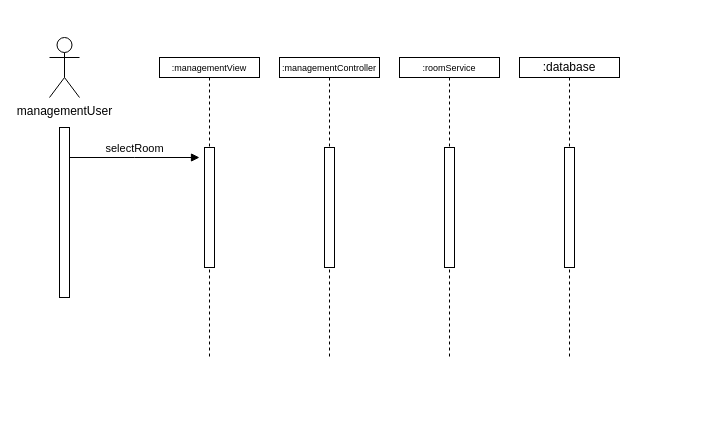
Earlier version of the draw.io diagram Edit Room SSD.drawio (phyllomenous/PM3_DomainModel). Source tidied: cells renumbered, new cells numbered last; positions are measured from the earlier drawing's top-left corner, leaving out a move shared by most shapes. Both pictures are drawn from the tidied source at 100%, with x=0, y=0 at pixel (49, 37).
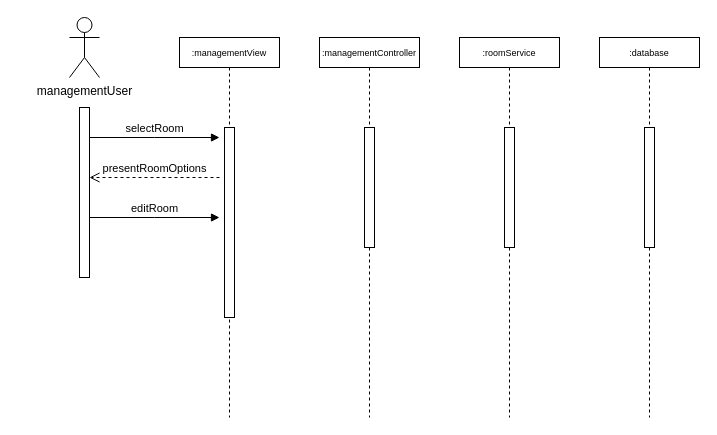
After the change.

What changed in the source:
```diff
@@
 <mxGraphModel>
   <root>
     <mxCell id="0" />
     <mxCell id="1" parent="0" />
-    <mxCell id="2" value="&lt;font style=&quot;font-size: 9px;&quot;&gt;:managementController&lt;/font&gt;" style="shape=umlLifeline;perimeter=lifelinePerimeter;whiteSpace=wrap;html=1;newEdgeStyle={&quot;edgeStyle&quot;:&quot;elbowEdgeStyle&quot;,&quot;elbow&quot;:&quot;vertical&quot;,&quot;curved&quot;:0,&quot;rounded&quot;:0};size=20;" parent="1" vertex="1">
-      <mxGeometry x="230" y="20" width="100" height="300" as="geometry" />
+    <mxCell id="2" value="&lt;font style=&quot;font-size: 9px;&quot;&gt;:managementController&lt;/font&gt;" style="shape=umlLifeline;perimeter=lifelinePerimeter;whiteSpace=wrap;html=1;newEdgeStyle={&quot;edgeStyle&quot;:&quot;elbowEdgeStyle&quot;,&quot;elbow&quot;:&quot;vertical&quot;,&quot;curved&quot;:0,&quot;rounded&quot;:0};size=30;" parent="1" vertex="1">
+      <mxGeometry x="270" width="100" height="380" as="geometry" />
     </mxCell>
     <mxCell id="3" style="html=1;perimeter=orthogonalPerimeter;targetShapes=umlLifeline;newEdgeStyle={&quot;edgeStyle&quot;:&quot;elbowEdgeStyle&quot;,&quot;elbow&quot;:&quot;vertical&quot;,&quot;curved&quot;:0,&quot;rounded&quot;:0};" parent="2" vertex="1">
       <mxGeometry x="45" y="90" width="10" height="120" as="geometry" />
     </mxCell>
-    <mxCell id="4" value="&lt;font style=&quot;font-size: 9px;&quot;&gt;:managementView&lt;/font&gt;" style="shape=umlLifeline;perimeter=lifelinePerimeter;whiteSpace=wrap;html=1;newEdgeStyle={&quot;edgeStyle&quot;:&quot;elbowEdgeStyle&quot;,&quot;elbow&quot;:&quot;vertical&quot;,&quot;curved&quot;:0,&quot;rounded&quot;:0};size=20;" parent="1" vertex="1">
-      <mxGeometry x="110" y="20" width="100" height="300" as="geometry" />
+    <mxCell id="4" value="&lt;font style=&quot;font-size: 9px;&quot;&gt;:managementView&lt;/font&gt;" style="shape=umlLifeline;perimeter=lifelinePerimeter;whiteSpace=wrap;html=1;newEdgeStyle={&quot;edgeStyle&quot;:&quot;elbowEdgeStyle&quot;,&quot;elbow&quot;:&quot;vertical&quot;,&quot;curved&quot;:0,&quot;rounded&quot;:0};size=30;" parent="1" vertex="1">
+      <mxGeometry x="130" width="100" height="380" as="geometry" />
     </mxCell>
     <mxCell id="5" style="html=1;perimeter=orthogonalPerimeter;targetShapes=umlLifeline;newEdgeStyle={&quot;edgeStyle&quot;:&quot;elbowEdgeStyle&quot;,&quot;elbow&quot;:&quot;vertical&quot;,&quot;curved&quot;:0,&quot;rounded&quot;:0};" parent="4" vertex="1">
-      <mxGeometry x="45" y="90" width="10" height="120" as="geometry" />
+      <mxGeometry x="45" y="90" width="10" height="190" as="geometry" />
     </mxCell>
-    <mxCell id="6" value="&lt;font style=&quot;font-size: 9px;&quot;&gt;:roomService&lt;/font&gt;" style="shape=umlLifeline;perimeter=lifelinePerimeter;whiteSpace=wrap;html=1;newEdgeStyle={&quot;edgeStyle&quot;:&quot;elbowEdgeStyle&quot;,&quot;elbow&quot;:&quot;vertical&quot;,&quot;curved&quot;:0,&quot;rounded&quot;:0};size=20;" parent="1" vertex="1">
-      <mxGeometry x="350" y="20" width="100" height="300" as="geometry" />
+    <mxCell id="6" value="&lt;font style=&quot;font-size: 9px;&quot;&gt;:roomService&lt;/font&gt;" style="shape=umlLifeline;perimeter=lifelinePerimeter;whiteSpace=wrap;html=1;newEdgeStyle={&quot;edgeStyle&quot;:&quot;elbowEdgeStyle&quot;,&quot;elbow&quot;:&quot;vertical&quot;,&quot;curved&quot;:0,&quot;rounded&quot;:0};size=30;" parent="1" vertex="1">
+      <mxGeometry x="410" width="100" height="380" as="geometry" />
     </mxCell>
     <mxCell id="7" style="html=1;perimeter=orthogonalPerimeter;targetShapes=umlLifeline;newEdgeStyle={&quot;edgeStyle&quot;:&quot;elbowEdgeStyle&quot;,&quot;elbow&quot;:&quot;vertical&quot;,&quot;curved&quot;:0,&quot;rounded&quot;:0};" parent="6" vertex="1">
       <mxGeometry x="45" y="90" width="10" height="120" as="geometry" />
     </mxCell>
-    <mxCell id="8" value=":database" style="shape=umlLifeline;perimeter=lifelinePerimeter;whiteSpace=wrap;html=1;newEdgeStyle={&quot;edgeStyle&quot;:&quot;elbowEdgeStyle&quot;,&quot;elbow&quot;:&quot;vertical&quot;,&quot;curved&quot;:0,&quot;rounded&quot;:0};size=20;" parent="1" vertex="1">
-      <mxGeometry x="470" y="20" width="100" height="300" as="geometry" />
+    <mxCell id="8" value="&lt;font style=&quot;font-size: 9px;&quot;&gt;:database&lt;/font&gt;" style="shape=umlLifeline;perimeter=lifelinePerimeter;whiteSpace=wrap;html=1;newEdgeStyle={&quot;edgeStyle&quot;:&quot;elbowEdgeStyle&quot;,&quot;elbow&quot;:&quot;vertical&quot;,&quot;curved&quot;:0,&quot;rounded&quot;:0};size=30;" parent="1" vertex="1">
+      <mxGeometry x="550" width="100" height="380" as="geometry" />
     </mxCell>
     <mxCell id="9" style="html=1;perimeter=orthogonalPerimeter;targetShapes=umlLifeline;newEdgeStyle={&quot;edgeStyle&quot;:&quot;elbowEdgeStyle&quot;,&quot;elbow&quot;:&quot;vertical&quot;,&quot;curved&quot;:0,&quot;rounded&quot;:0};" parent="8" vertex="1">
       <mxGeometry x="45" y="90" width="10" height="120" as="geometry" />
     </mxCell>
     <mxCell id="10" style="html=1;perimeter=orthogonalPerimeter;targetShapes=umlLifeline;newEdgeStyle={&quot;edgeStyle&quot;:&quot;elbowEdgeStyle&quot;,&quot;elbow&quot;:&quot;vertical&quot;,&quot;curved&quot;:0,&quot;rounded&quot;:0};" parent="1" vertex="1">
-      <mxGeometry x="10" y="90" width="10" height="170" as="geometry" />
+      <mxGeometry x="30" y="70" width="10" height="170" as="geometry" />
     </mxCell>
     <mxCell id="11" value="managementUser" style="shape=umlActor;verticalLabelPosition=bottom;verticalAlign=top;html=1;" parent="1" vertex="1">
-      <mxGeometry width="30" height="60" as="geometry" />
+      <mxGeometry x="20" y="-20" width="30" height="60" as="geometry" />
     </mxCell>
     <mxCell id="12" value="selectRoom" style="html=1;verticalAlign=bottom;endArrow=block;edgeStyle=elbowEdgeStyle;elbow=vertical;curved=0;rounded=0;" parent="1" edge="1">
       <mxGeometry relative="1" as="geometry">
-        <mxPoint x="20" y="120" as="sourcePoint" />
-        <mxPoint x="150" y="120" as="targetPoint" />
+        <mxPoint x="40" y="100" as="sourcePoint" />
+        <mxPoint x="170" y="100" as="targetPoint" />
       </mxGeometry>
     </mxCell>
+    <mxCell id="13" value="presentRoomOptions" style="html=1;verticalAlign=bottom;endArrow=open;dashed=1;endSize=8;edgeStyle=elbowEdgeStyle;elbow=vertical;curved=0;rounded=0;" parent="1" edge="1">
+      <mxGeometry relative="1" as="geometry">
+        <mxPoint x="170" y="140" as="sourcePoint" />
+        <mxPoint x="40" y="140" as="targetPoint" />
+      </mxGeometry>
+    </mxCell>
+    <mxCell id="14" value="editRoom" style="html=1;verticalAlign=bottom;endArrow=block;edgeStyle=elbowEdgeStyle;elbow=vertical;curved=0;rounded=0;" parent="1" edge="1">
+      <mxGeometry relative="1" as="geometry">
+        <mxPoint x="40" y="180" as="sourcePoint" />
+        <mxPoint x="170" y="180" as="targetPoint" />
+      </mxGeometry>
+    </mxCell>
   </root>
 </mxGraphModel>
```
